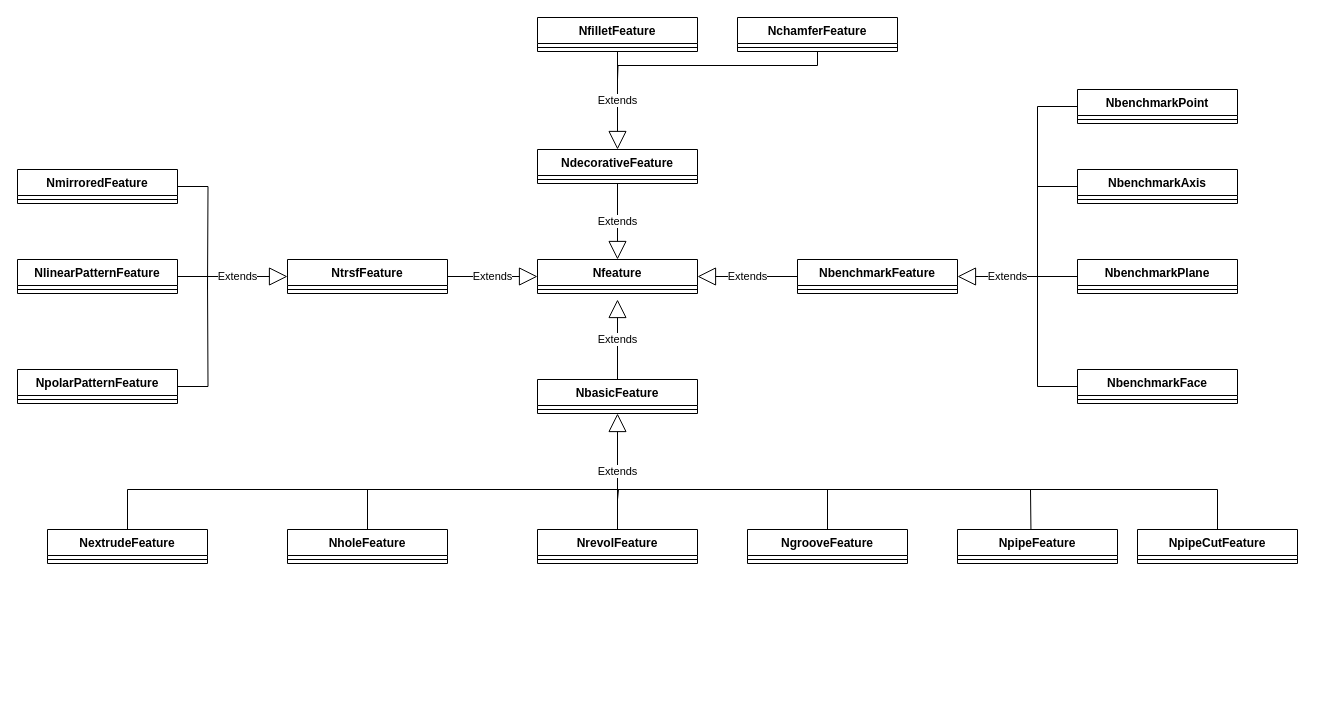
Before: 类图简单版.drawio in liuhuliuhu123/First-test, a draw.io diagram. Source tidied: cells renumbered, new cells numbered last; positions are measured from the earlier drawing's top-left corner, leaving out a move shared by most shapes. Both pictures are drawn from the tidied source at 100%, with x=0, y=0 at pixel (17, 17).
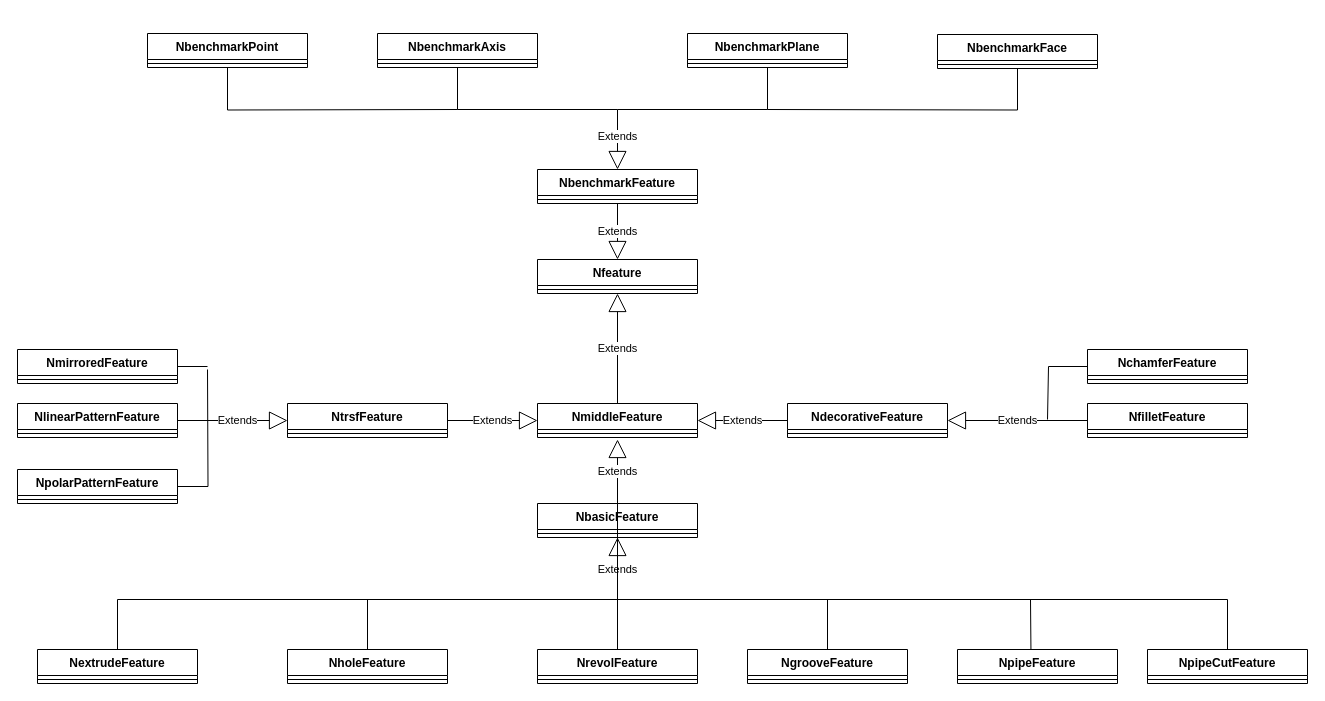
The same page after the edit.

Commit message:
更新类图简单版.drawio

Unchanged cells that the change refers to:
```xml
<mxCell id="2" value="Nfeature" style="swimlane;fontStyle=1;align=center;verticalAlign=top;horizontal=1;startSize=26;whiteSpace=wrap;html=1;" parent="1" vertex="1">
  <mxGeometry x="520" y="242" width="160" height="34" as="geometry" />
</mxCell>
```

The edit, as a diff of the source:
```diff
@@
     <mxCell id="4" value="NdecorativeFeature" style="swimlane;fontStyle=1;align=center;verticalAlign=top;horizontal=1;startSize=26;whiteSpace=wrap;html=1;" parent="1" vertex="1">
-      <mxGeometry x="520" y="132" width="160" height="34" as="geometry" />
+      <mxGeometry x="770" y="386" width="160" height="34" as="geometry" />
     </mxCell>
@@
     <mxCell id="6" value="NchamferFeature" style="swimlane;fontStyle=1;align=center;verticalAlign=top;horizontal=1;startSize=26;whiteSpace=wrap;html=1;" parent="1" vertex="1">
-      <mxGeometry x="720" width="160" height="34" as="geometry" />
+      <mxGeometry x="1070" y="332" width="160" height="34" as="geometry" />
     </mxCell>
@@
     <mxCell id="8" value="NfilletFeature" style="swimlane;fontStyle=1;align=center;verticalAlign=top;horizontal=1;startSize=26;whiteSpace=wrap;html=1;" parent="1" vertex="1">
-      <mxGeometry x="520" width="160" height="34" as="geometry" />
+      <mxGeometry x="1070" y="386" width="160" height="34" as="geometry" />
     </mxCell>
@@
     <mxCell id="10" value="NbenchmarkFeature" style="swimlane;fontStyle=1;align=center;verticalAlign=top;horizontal=1;startSize=26;whiteSpace=wrap;html=1;" parent="1" vertex="1">
-      <mxGeometry x="780" y="242" width="160" height="34" as="geometry" />
+      <mxGeometry x="520" y="152" width="160" height="34" as="geometry" />
     </mxCell>
@@
     <mxCell id="12" value="NbenchmarkPoint" style="swimlane;fontStyle=1;align=center;verticalAlign=top;horizontal=1;startSize=26;whiteSpace=wrap;html=1;" parent="1" vertex="1">
-      <mxGeometry x="1060" y="72" width="160" height="34" as="geometry" />
+      <mxGeometry x="130" y="16" width="160" height="34" as="geometry" />
     </mxCell>
@@
     <mxCell id="14" value="NbasicFeature" style="swimlane;fontStyle=1;align=center;verticalAlign=top;horizontal=1;startSize=26;whiteSpace=wrap;html=1;" parent="1" vertex="1">
-      <mxGeometry x="520" y="362" width="160" height="34" as="geometry" />
+      <mxGeometry x="520" y="486" width="160" height="34" as="geometry" />
     </mxCell>
@@
     <mxCell id="16" value="NbenchmarkAxis" style="swimlane;fontStyle=1;align=center;verticalAlign=top;horizontal=1;startSize=26;whiteSpace=wrap;html=1;" parent="1" vertex="1">
-      <mxGeometry x="1060" y="152" width="160" height="34" as="geometry" />
+      <mxGeometry x="360" y="16" width="160" height="34" as="geometry" />
     </mxCell>
@@
     <mxCell id="18" value="NbenchmarkPlane" style="swimlane;fontStyle=1;align=center;verticalAlign=top;horizontal=1;startSize=26;whiteSpace=wrap;html=1;" parent="1" vertex="1">
-      <mxGeometry x="1060" y="242" width="160" height="34" as="geometry" />
+      <mxGeometry x="670" y="16" width="160" height="34" as="geometry" />
     </mxCell>
@@
     <mxCell id="20" value="NbenchmarkFace" style="swimlane;fontStyle=1;align=center;verticalAlign=top;horizontal=1;startSize=26;whiteSpace=wrap;html=1;" parent="1" vertex="1">
-      <mxGeometry x="1060" y="352" width="160" height="34" as="geometry" />
+      <mxGeometry x="920" y="17" width="160" height="34" as="geometry" />
     </mxCell>
@@
     <mxCell id="22" value="NextrudeFeature" style="swimlane;fontStyle=1;align=center;verticalAlign=top;horizontal=1;startSize=26;whiteSpace=wrap;html=1;" parent="1" vertex="1">
-      <mxGeometry x="30" y="512" width="160" height="34" as="geometry" />
+      <mxGeometry x="20" y="632" width="160" height="34" as="geometry" />
     </mxCell>
@@
     <mxCell id="24" value="NholeFeature" style="swimlane;fontStyle=1;align=center;verticalAlign=top;horizontal=1;startSize=26;whiteSpace=wrap;html=1;" parent="1" vertex="1">
-      <mxGeometry x="270" y="512" width="160" height="34" as="geometry" />
+      <mxGeometry x="270" y="632" width="160" height="34" as="geometry" />
     </mxCell>
@@
     <mxCell id="26" value="NgrooveFeature" style="swimlane;fontStyle=1;align=center;verticalAlign=top;horizontal=1;startSize=26;whiteSpace=wrap;html=1;" parent="1" vertex="1">
-      <mxGeometry x="730" y="512" width="160" height="34" as="geometry" />
+      <mxGeometry x="730" y="632" width="160" height="34" as="geometry" />
     </mxCell>
@@
     <mxCell id="28" value="NrevolFeature" style="swimlane;fontStyle=1;align=center;verticalAlign=top;horizontal=1;startSize=26;whiteSpace=wrap;html=1;" parent="1" vertex="1">
-      <mxGeometry x="520" y="512" width="160" height="34" as="geometry" />
+      <mxGeometry x="520" y="632" width="160" height="34" as="geometry" />
     </mxCell>
@@
     <mxCell id="30" value="NpipeFeature" style="swimlane;fontStyle=1;align=center;verticalAlign=top;horizontal=1;startSize=26;whiteSpace=wrap;html=1;" parent="1" vertex="1">
-      <mxGeometry x="940" y="512" width="160" height="34" as="geometry" />
+      <mxGeometry x="940" y="632" width="160" height="34" as="geometry" />
     </mxCell>
@@
     <mxCell id="32" value="NpipeCutFeature" style="swimlane;fontStyle=1;align=center;verticalAlign=top;horizontal=1;startSize=26;whiteSpace=wrap;html=1;" parent="1" vertex="1">
-      <mxGeometry x="1120" y="512" width="160" height="34" as="geometry" />
+      <mxGeometry x="1130" y="632" width="160" height="34" as="geometry" />
     </mxCell>
@@
     <mxCell id="34" value="NtrsfFeature" style="swimlane;fontStyle=1;align=center;verticalAlign=top;horizontal=1;startSize=26;whiteSpace=wrap;html=1;" parent="1" vertex="1">
-      <mxGeometry x="270" y="242" width="160" height="34" as="geometry" />
+      <mxGeometry x="270" y="386" width="160" height="34" as="geometry" />
     </mxCell>
@@
     <mxCell id="36" value="NmirroredFeature" style="swimlane;fontStyle=1;align=center;verticalAlign=top;horizontal=1;startSize=26;whiteSpace=wrap;html=1;" parent="1" vertex="1">
-      <mxGeometry y="152" width="160" height="34" as="geometry" />
+      <mxGeometry y="332" width="160" height="34" as="geometry" />
     </mxCell>
@@
     <mxCell id="38" value="NpolarPatternFeature" style="swimlane;fontStyle=1;align=center;verticalAlign=top;horizontal=1;startSize=26;whiteSpace=wrap;html=1;" parent="1" vertex="1">
-      <mxGeometry y="352" width="160" height="34" as="geometry" />
+      <mxGeometry y="452" width="160" height="34" as="geometry" />
     </mxCell>
@@
     <mxCell id="40" value="NlinearPatternFeature" style="swimlane;fontStyle=1;align=center;verticalAlign=top;horizontal=1;startSize=26;whiteSpace=wrap;html=1;" parent="1" vertex="1">
-      <mxGeometry y="242" width="160" height="34" as="geometry" />
+      <mxGeometry y="386" width="160" height="34" as="geometry" />
     </mxCell>
@@
-    <mxCell id="42" value="Extends" style="endArrow=block;endSize=16;endFill=0;html=1;rounded=0;exitX=0.5;exitY=1;exitDx=0;exitDy=0;entryX=0.5;entryY=0;entryDx=0;entryDy=0;" parent="1" edge="1" source="8" target="4">
-      <mxGeometry relative="1" as="geometry" />
-    </mxCell>
-    <mxCell id="43" value="Extends" style="endArrow=block;endSize=16;endFill=0;html=1;rounded=0;exitX=0;exitY=0.5;exitDx=0;exitDy=0;entryX=1;entryY=0.5;entryDx=0;entryDy=0;" parent="1" edge="1" source="18" target="10">
-      <mxGeometry x="0.17" relative="1" as="geometry">
-        <Array as="points">
-          <mxPoint x="990" y="259" />
-        </Array>
-      </mxGeometry>
-    </mxCell>
@@
     <mxCell id="45" style="endArrow=none;html=1;rounded=0;exitX=1;exitY=0.5;exitDx=0;exitDy=0;edgeStyle=orthogonalEdgeStyle;" parent="1" edge="1" source="38">
       <mxGeometry relative="1" as="geometry">
-        <mxPoint x="190" y="262" as="targetPoint" />
+        <mxPoint x="190" y="352" as="targetPoint" />
       </mxGeometry>
     </mxCell>
-    <mxCell id="46" style="endArrow=none;html=1;rounded=0;exitX=1;exitY=0.5;exitDx=0;exitDy=0;edgeStyle=orthogonalEdgeStyle;" parent="1" edge="1" source="36">
-      <mxGeometry relative="1" as="geometry">
-        <mxPoint x="190" y="272" as="targetPoint" />
-      </mxGeometry>
-    </mxCell>
-    <mxCell id="47" style="endArrow=none;html=1;rounded=0;exitX=0;exitY=0.5;exitDx=0;exitDy=0;edgeStyle=orthogonalEdgeStyle;" parent="1" edge="1" source="12">
-      <mxGeometry relative="1" as="geometry">
-        <mxPoint x="1020" y="272" as="targetPoint" />
-        <Array as="points">
-          <mxPoint x="1020" y="89" />
-        </Array>
-      </mxGeometry>
-    </mxCell>
-    <mxCell id="48" style="endArrow=none;html=1;rounded=0;edgeStyle=orthogonalEdgeStyle;entryX=0;entryY=0.5;entryDx=0;entryDy=0;" parent="1" edge="1" target="20">
-      <mxGeometry relative="1" as="geometry">
-        <mxPoint x="1020" y="262" as="sourcePoint" />
-        <Array as="points">
-          <mxPoint x="1020" y="369" />
-        </Array>
-      </mxGeometry>
-    </mxCell>
-    <mxCell id="49" style="endArrow=none;html=1;rounded=0;entryX=0;entryY=0.5;entryDx=0;entryDy=0;" parent="1" edge="1" target="16">
-      <mxGeometry relative="1" as="geometry">
-        <mxPoint x="1020" y="169" as="sourcePoint" />
-      </mxGeometry>
-    </mxCell>
-    <mxCell id="50" value="Extends" style="endArrow=block;endSize=16;endFill=0;html=1;rounded=0;exitX=1;exitY=0.5;exitDx=0;exitDy=0;entryX=0;entryY=0.5;entryDx=0;entryDy=0;" parent="1" edge="1" source="34" target="2">
+    <mxCell id="50" value="Extends" style="endArrow=block;endSize=16;endFill=0;html=1;rounded=0;exitX=1;exitY=0.5;exitDx=0;exitDy=0;entryX=0;entryY=0.5;entryDx=0;entryDy=0;" parent="1" edge="1" source="34" target="61">
       <mxGeometry relative="1" as="geometry" />
     </mxCell>
-    <mxCell id="51" value="Extends" style="endArrow=block;endSize=16;endFill=0;html=1;rounded=0;exitX=0.5;exitY=1;exitDx=0;exitDy=0;entryX=0.5;entryY=0;entryDx=0;entryDy=0;" parent="1" edge="1" source="4" target="2">
+    <mxCell id="51" value="Extends" style="endArrow=block;endSize=16;endFill=0;html=1;rounded=0;exitX=0;exitY=0.5;exitDx=0;exitDy=0;entryX=1;entryY=0.5;entryDx=0;entryDy=0;" parent="1" edge="1" source="4" target="61">
       <mxGeometry relative="1" as="geometry" />
     </mxCell>
-    <mxCell id="52" value="Extends" style="endArrow=block;endSize=16;endFill=0;html=1;rounded=0;exitX=0;exitY=0.5;exitDx=0;exitDy=0;entryX=1;entryY=0.5;entryDx=0;entryDy=0;" parent="1" edge="1" source="10" target="2">
-      <mxGeometry relative="1" as="geometry" />
-    </mxCell>
     <mxCell id="53" value="Extends" style="endArrow=block;endSize=16;endFill=0;html=1;rounded=0;exitX=0.5;exitY=0;exitDx=0;exitDy=0;" parent="1" edge="1" source="14">
       <mxGeometry relative="1" as="geometry">
-        <mxPoint x="600" y="282" as="targetPoint" />
+        <mxPoint x="600" y="422" as="targetPoint" />
       </mxGeometry>
     </mxCell>
     <mxCell id="54" value="Extends" style="endArrow=block;endSize=16;endFill=0;html=1;rounded=0;exitX=0.5;exitY=0;exitDx=0;exitDy=0;entryX=0.5;entryY=1;entryDx=0;entryDy=0;" parent="1" edge="1" source="28" target="14">
-      <mxGeometry relative="1" as="geometry" />
+      <mxGeometry x="0.43" relative="1" as="geometry" />
     </mxCell>
     <mxCell id="55" style="endArrow=none;html=1;rounded=0;exitX=0.5;exitY=0;exitDx=0;exitDy=0;edgeStyle=orthogonalEdgeStyle;" parent="1" edge="1" source="22">
       <mxGeometry relative="1" as="geometry">
         <mxPoint x="600" y="482" as="targetPoint" />
         <Array as="points">
-          <mxPoint x="110" y="472" />
-          <mxPoint x="601" y="472" />
+          <mxPoint x="100" y="582" />
+          <mxPoint x="600" y="582" />
         </Array>
       </mxGeometry>
     </mxCell>
     <mxCell id="56" style="endArrow=none;html=1;rounded=0;exitX=0.5;exitY=0;exitDx=0;exitDy=0;edgeStyle=orthogonalEdgeStyle;" parent="1" edge="1" source="32">
       <mxGeometry relative="1" as="geometry">
         <mxPoint x="600" y="472" as="targetPoint" />
         <Array as="points">
-          <mxPoint x="1200" y="472" />
+          <mxPoint x="1210" y="582" />
+          <mxPoint x="600" y="582" />
         </Array>
       </mxGeometry>
     </mxCell>
     <mxCell id="57" style="endArrow=none;html=1;rounded=0;exitX=0.5;exitY=0;exitDx=0;exitDy=0;" parent="1" edge="1" source="24">
       <mxGeometry relative="1" as="geometry">
-        <mxPoint x="350" y="472" as="targetPoint" />
+        <mxPoint x="350" y="582" as="targetPoint" />
       </mxGeometry>
     </mxCell>
     <mxCell id="58" style="endArrow=none;html=1;rounded=0;exitX=0.5;exitY=0;exitDx=0;exitDy=0;" parent="1" edge="1" source="26">
       <mxGeometry relative="1" as="geometry">
-        <mxPoint x="810" y="472" as="targetPoint" />
+        <mxPoint x="810" y="582" as="targetPoint" />
       </mxGeometry>
     </mxCell>
     <mxCell id="59" style="endArrow=none;html=1;rounded=0;exitX=0.459;exitY=-0.012;exitDx=0;exitDy=0;exitPerimeter=0;" parent="1" edge="1" source="30">
       <mxGeometry relative="1" as="geometry">
-        <mxPoint x="1013" y="472" as="targetPoint" />
+        <mxPoint x="1013" y="582" as="targetPoint" />
       </mxGeometry>
     </mxCell>
-    <mxCell id="60" style="endArrow=none;html=1;rounded=0;exitX=0.5;exitY=1;exitDx=0;exitDy=0;edgeStyle=orthogonalEdgeStyle;" parent="1" edge="1" source="6">
-      <mxGeometry relative="1" as="geometry">
-        <mxPoint x="600" y="62" as="targetPoint" />
-      </mxGeometry>
-    </mxCell>
+    <mxCell id="61" value="NmiddleFeature" style="swimlane;fontStyle=1;align=center;verticalAlign=top;horizontal=1;startSize=26;whiteSpace=wrap;html=1;" parent="1" vertex="1">
+      <mxGeometry x="520" y="386" width="160" height="34" as="geometry" />
+    </mxCell>
+    <mxCell id="62" style="line;strokeWidth=1;fillColor=none;align=left;verticalAlign=middle;spacingTop=-1;spacingLeft=3;spacingRight=3;labelPosition=right;strokeColor=inherit;" parent="61" vertex="1">
+      <mxGeometry y="26" width="160" height="8" as="geometry" />
+    </mxCell>
+    <mxCell id="63" style="endArrow=none;html=1;rounded=0;exitX=1;exitY=0.5;exitDx=0;exitDy=0;" parent="1" edge="1" source="36">
+      <mxGeometry relative="1" as="geometry">
+        <mxPoint x="190" y="349" as="targetPoint" />
+      </mxGeometry>
+    </mxCell>
+    <mxCell id="64" value="Extends" style="endArrow=block;endSize=16;endFill=0;html=1;rounded=0;exitX=0;exitY=0.5;exitDx=0;exitDy=0;entryX=1;entryY=0.5;entryDx=0;entryDy=0;" parent="1" edge="1" source="8" target="4">
+      <mxGeometry relative="1" as="geometry" />
+    </mxCell>
+    <mxCell id="65" style="endArrow=none;html=1;rounded=0;exitX=0;exitY=0.75;exitDx=0;exitDy=0;edgeStyle=orthogonalEdgeStyle;" parent="1" edge="1" source="6">
+      <mxGeometry relative="1" as="geometry">
+        <mxPoint x="1030" y="402" as="targetPoint" />
+        <Array as="points">
+          <mxPoint x="1070" y="349" />
+          <mxPoint x="1031" y="349" />
+          <mxPoint x="1031" y="402" />
+        </Array>
+      </mxGeometry>
+    </mxCell>
+    <mxCell id="42" value="Extends" style="endArrow=block;endSize=16;endFill=0;html=1;rounded=0;exitX=0.5;exitY=1;exitDx=0;exitDy=0;entryX=0.5;entryY=0;entryDx=0;entryDy=0;" parent="1" edge="1" source="10" target="2">
+      <mxGeometry relative="1" as="geometry" />
+    </mxCell>
+    <mxCell id="66" value="Extends" style="endArrow=block;endSize=16;endFill=0;html=1;rounded=0;entryX=0.5;entryY=1;entryDx=0;entryDy=0;" parent="1" edge="1" source="61" target="2">
+      <mxGeometry relative="1" as="geometry" />
+    </mxCell>
+    <mxCell id="67" value="Extends" style="endArrow=block;endSize=16;endFill=0;html=1;rounded=0;exitX=0.5;exitY=1;exitDx=0;exitDy=0;entryX=0.5;entryY=0;entryDx=0;entryDy=0;edgeStyle=orthogonalEdgeStyle;" parent="1" edge="1" source="16" target="10">
+      <mxGeometry x="0.75" relative="1" as="geometry">
+        <Array as="points">
+          <mxPoint x="440" y="92" />
+          <mxPoint x="600" y="92" />
+        </Array>
+      </mxGeometry>
+    </mxCell>
+    <mxCell id="68" style="endArrow=none;html=1;rounded=0;edgeStyle=orthogonalEdgeStyle;entryX=0.5;entryY=1;entryDx=0;entryDy=0;" parent="1" edge="1" target="18">
+      <mxGeometry relative="1" as="geometry">
+        <mxPoint x="600" y="92" as="sourcePoint" />
+        <Array as="points">
+          <mxPoint x="750" y="92" />
+        </Array>
+      </mxGeometry>
+    </mxCell>
+    <mxCell id="69" style="endArrow=none;html=1;rounded=0;edgeStyle=orthogonalEdgeStyle;entryX=0.5;entryY=1;entryDx=0;entryDy=0;" parent="1" edge="1" target="20">
+      <mxGeometry relative="1" as="geometry">
+        <mxPoint x="750" y="92" as="sourcePoint" />
+      </mxGeometry>
+    </mxCell>
+    <mxCell id="70" style="endArrow=none;html=1;rounded=0;edgeStyle=orthogonalEdgeStyle;entryX=0.5;entryY=1;entryDx=0;entryDy=0;" parent="1" edge="1" target="12">
+      <mxGeometry relative="1" as="geometry">
+        <mxPoint x="440" y="92" as="sourcePoint" />
+      </mxGeometry>
+    </mxCell>
```
